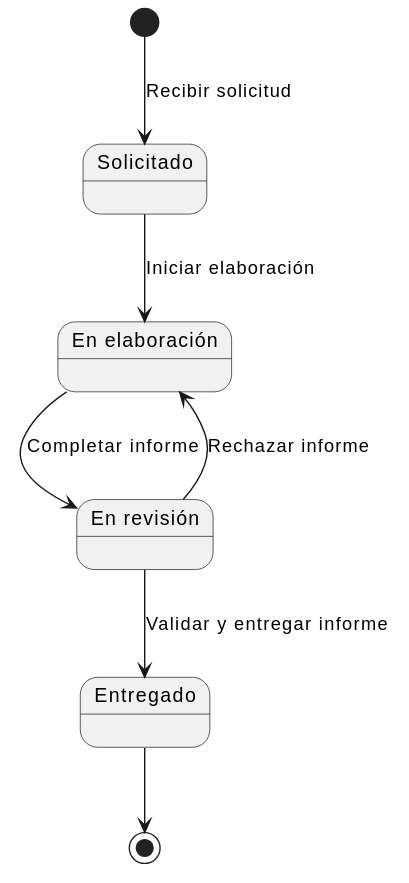
The PlantUML diagram images/00-modelo-del-dominio/diagrama-de-estados-informe.svg in Angelo2272/26-27-IdSw1-SDR, before a commit.
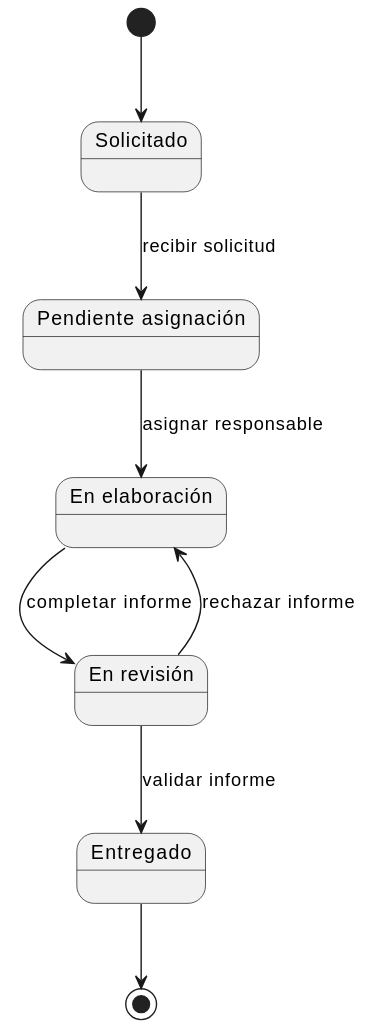
Above is the later version.

Commit message:
fix: Reemplazo de imagen del diagrama de estados de informe

Diff of the diagram source:
```diff
@@ -1,18 +1,21 @@
 @startuml
 state "Solicitado" as Solicitado
+state "Pendiente asignación" as PendienteAsignacion
 state "En elaboración" as EnElaboracion
 state "En revisión" as EnRevision
 state "Entregado" as Entregado
 
-[*] --> Solicitado : Recibir solicitud
+[*] --> Solicitado
 
-Solicitado --> EnElaboracion : Iniciar elaboración
+Solicitado --> PendienteAsignacion : recibir solicitud
 
-EnElaboracion --> EnRevision : Completar informe
+PendienteAsignacion --> EnElaboracion : asignar responsable
 
-EnRevision --> EnElaboracion : Rechazar informe
+EnElaboracion --> EnRevision : completar informe
 
-EnRevision --> Entregado : Validar y entregar informe
+EnRevision --> EnElaboracion : rechazar informe
+
+EnRevision --> Entregado : validar informe
 
 Entregado --> [*]
 @enduml
```
